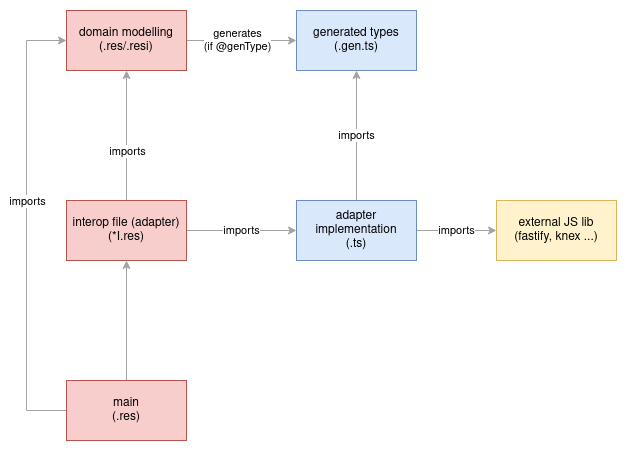
Above: _doc/compilation.png in err0r500/realworld-app-backend-rescript-ts (draw.io), before the change. Source tidied: cells renumbered, new cells last; positions are measured from the earlier drawing's top-left corner, leaving out a move shared by most shapes.
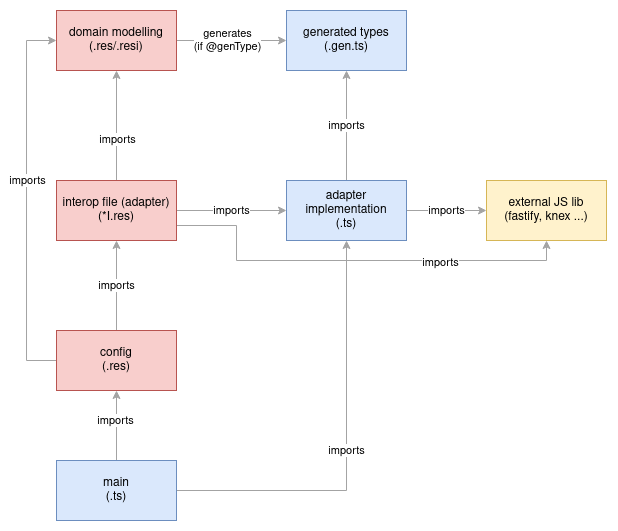
The same diagram one commit later.

Diff of the diagram source:
```diff
@@ -2,58 +2,82 @@
   <root>
     <mxCell id="0" />
     <mxCell id="1" parent="0" />
-    <mxCell id="2" value="imports" style="edgeStyle=orthogonalEdgeStyle;rounded=0;jettySize=auto;html=1;entryX=0.5;entryY=1;entryDx=0;entryDy=0;strokeColor=#A3A3A3;" parent="1" edge="1" source="4" target="8">
+    <mxCell id="2" value="imports" style="edgeStyle=orthogonalEdgeStyle;rounded=0;jettySize=auto;html=1;entryX=0.5;entryY=1;entryDx=0;entryDy=0;strokeColor=#A3A3A3;fillColor=#f5f5f5;" parent="1" edge="1" source="4" target="8">
       <mxGeometry relative="1" as="geometry" />
     </mxCell>
-    <mxCell id="3" value="imports" style="edgeStyle=orthogonalEdgeStyle;rounded=0;jettySize=auto;html=1;entryX=0;entryY=0.5;entryDx=0;entryDy=0;startArrow=none;startFill=0;strokeColor=#A3A3A3;" parent="1" edge="1" source="4" target="17">
+    <mxCell id="3" value="imports" style="edgeStyle=orthogonalEdgeStyle;rounded=0;jettySize=auto;html=1;entryX=0;entryY=0.5;entryDx=0;entryDy=0;startArrow=none;startFill=0;strokeColor=#A3A3A3;fillColor=#f5f5f5;" parent="1" edge="1" source="4" target="17">
       <mxGeometry relative="1" as="geometry" />
     </mxCell>
     <mxCell id="4" value="&lt;div&gt;adapter implementation&lt;/div&gt;&lt;div&gt;(.ts)&lt;br&gt;&lt;/div&gt;" style="rounded=0;whiteSpace=wrap;html=1;fillColor=#dae8fc;strokeColor=#6c8ebf;" parent="1" vertex="1">
       <mxGeometry x="270" y="190" width="120" height="60" as="geometry" />
     </mxCell>
-    <mxCell id="5" style="edgeStyle=orthogonalEdgeStyle;rounded=0;jettySize=auto;html=1;entryX=0;entryY=0.5;entryDx=0;entryDy=0;strokeColor=#A3A3A3;" parent="1" edge="1" source="7" target="8">
+    <mxCell id="5" style="edgeStyle=orthogonalEdgeStyle;rounded=0;jettySize=auto;html=1;entryX=0;entryY=0.5;entryDx=0;entryDy=0;strokeColor=#A3A3A3;fillColor=#f5f5f5;" parent="1" edge="1" source="7" target="8">
       <mxGeometry relative="1" as="geometry" />
     </mxCell>
     <mxCell id="6" value="&lt;div&gt;generates&lt;/div&gt;&lt;div&gt;(if @genType)&lt;br&gt;&lt;/div&gt;" style="edgeLabel;html=1;align=center;verticalAlign=middle;" parent="5" vertex="1">
       <mxGeometry x="-0.08" relative="1" as="geometry" />
     </mxCell>
     <mxCell id="7" value="&lt;div&gt;domain modelling&lt;/div&gt;&lt;div&gt;(.res/.resi)&lt;br&gt;&lt;/div&gt;" style="rounded=0;whiteSpace=wrap;html=1;fillColor=#f8cecc;strokeColor=#b85450;" parent="1" vertex="1">
-      <mxGeometry x="40" width="120" height="60" as="geometry" />
+      <mxGeometry x="40" y="20" width="120" height="60" as="geometry" />
     </mxCell>
     <mxCell id="8" value="&lt;div&gt;generated types&lt;/div&gt;&lt;div&gt;(.gen.ts)&lt;br&gt;&lt;/div&gt;" style="rounded=0;whiteSpace=wrap;html=1;fillColor=#dae8fc;strokeColor=#6c8ebf;" parent="1" vertex="1">
-      <mxGeometry x="270" width="120" height="60" as="geometry" />
+      <mxGeometry x="270" y="20" width="120" height="60" as="geometry" />
     </mxCell>
     <mxCell id="9" value="imports" style="edgeStyle=orthogonalEdgeStyle;rounded=0;jettySize=auto;html=1;entryX=0;entryY=0.5;entryDx=0;entryDy=0;strokeColor=#A3A3A3;" parent="1" edge="1" source="12" target="4">
       <mxGeometry relative="1" as="geometry" />
     </mxCell>
-    <mxCell id="10" style="edgeStyle=orthogonalEdgeStyle;rounded=0;jettySize=auto;html=1;entryX=0.5;entryY=1;entryDx=0;entryDy=0;startArrow=none;startFill=0;strokeColor=#A3A3A3;" parent="1" edge="1" source="12" target="7">
+    <mxCell id="10" style="edgeStyle=orthogonalEdgeStyle;rounded=0;jettySize=auto;html=1;entryX=0.5;entryY=1;entryDx=0;entryDy=0;startArrow=none;startFill=0;strokeColor=#A3A3A3;fillColor=#f5f5f5;" parent="1" edge="1" source="12" target="7">
       <mxGeometry relative="1" as="geometry" />
     </mxCell>
     <mxCell id="11" value="imports" style="edgeLabel;html=1;align=center;verticalAlign=middle;" parent="10" vertex="1">
       <mxGeometry x="-0.24" y="-1" relative="1" as="geometry" />
     </mxCell>
+    <mxCell id="18" style="edgeStyle=orthogonalEdgeStyle;rounded=0;jettySize=auto;html=1;exitX=1;exitY=0.75;exitDx=0;exitDy=0;entryX=0.5;entryY=1;entryDx=0;entryDy=0;fillColor=#f5f5f5;strokeColor=#A3A3A3;" parent="1" edge="1" source="12" target="17">
+      <mxGeometry relative="1" as="geometry">
+        <Array as="points">
+          <mxPoint x="220" y="235" />
+          <mxPoint x="220" y="270" />
+          <mxPoint x="530" y="270" />
+        </Array>
+      </mxGeometry>
+    </mxCell>
+    <mxCell id="19" value="imports" style="edgeLabel;html=1;align=center;verticalAlign=middle;" parent="18" vertex="1">
+      <mxGeometry x="0.4" y="-2" relative="1" as="geometry" />
+    </mxCell>
     <mxCell id="12" value="&lt;div&gt;interop file (adapter)&lt;/div&gt;&lt;div&gt;(*I.res)&lt;br&gt;&lt;/div&gt;" style="rounded=0;whiteSpace=wrap;html=1;fillColor=#f8cecc;strokeColor=#b85450;" parent="1" vertex="1">
       <mxGeometry x="40" y="190" width="120" height="60" as="geometry" />
     </mxCell>
-    <mxCell id="13" style="edgeStyle=orthogonalEdgeStyle;rounded=0;jettySize=auto;html=1;entryX=0.5;entryY=1;entryDx=0;entryDy=0;startArrow=none;startFill=0;strokeColor=#A3A3A3;" parent="1" edge="1" source="16" target="12">
+    <mxCell id="13" value="imports" style="edgeStyle=orthogonalEdgeStyle;rounded=0;jettySize=auto;html=1;entryX=0.5;entryY=1;entryDx=0;entryDy=0;startArrow=none;startFill=0;strokeColor=#A3A3A3;fillColor=#f5f5f5;" parent="1" edge="1" source="16" target="12">
       <mxGeometry relative="1" as="geometry" />
     </mxCell>
-    <mxCell id="14" style="edgeStyle=orthogonalEdgeStyle;rounded=0;jettySize=auto;html=1;entryX=0;entryY=0.5;entryDx=0;entryDy=0;startArrow=none;startFill=0;strokeColor=#A3A3A3;" parent="1" edge="1" source="16" target="7">
+    <mxCell id="14" style="edgeStyle=orthogonalEdgeStyle;rounded=0;jettySize=auto;html=1;entryX=0;entryY=0.5;entryDx=0;entryDy=0;startArrow=none;startFill=0;strokeColor=#A3A3A3;fillColor=#f5f5f5;" parent="1" edge="1" source="16" target="7">
       <mxGeometry relative="1" as="geometry">
         <Array as="points">
-          <mxPoint y="400" />
-          <mxPoint y="30" />
+          <mxPoint x="10" y="370" />
+          <mxPoint x="10" y="50" />
         </Array>
       </mxGeometry>
     </mxCell>
     <mxCell id="15" value="imports" style="edgeLabel;html=1;align=center;verticalAlign=middle;" parent="14" vertex="1">
       <mxGeometry x="0.11" y="-1" relative="1" as="geometry" />
     </mxCell>
-    <mxCell id="16" value="&lt;div&gt;main&lt;/div&gt;&lt;div&gt;(.res)&lt;br&gt;&lt;/div&gt;" style="rounded=0;whiteSpace=wrap;html=1;fillColor=#f8cecc;strokeColor=#b85450;" parent="1" vertex="1">
-      <mxGeometry x="40" y="370" width="120" height="60" as="geometry" />
+    <mxCell id="16" value="&lt;div&gt;config&lt;br&gt;&lt;/div&gt;&lt;div&gt;(.res)&lt;br&gt;&lt;/div&gt;" style="rounded=0;whiteSpace=wrap;html=1;fillColor=#f8cecc;strokeColor=#b85450;" parent="1" vertex="1">
+      <mxGeometry x="40" y="340" width="120" height="60" as="geometry" />
     </mxCell>
     <mxCell id="17" value="&lt;div&gt;external JS lib&lt;br&gt;&lt;/div&gt;&lt;div&gt;(fastify, knex ...)&lt;br&gt;&lt;/div&gt;" style="rounded=0;whiteSpace=wrap;html=1;fillColor=#fff2cc;strokeColor=#d6b656;" parent="1" vertex="1">
       <mxGeometry x="470" y="190" width="120" height="60" as="geometry" />
     </mxCell>
+    <mxCell id="20" style="edgeStyle=orthogonalEdgeStyle;rounded=0;jettySize=auto;html=1;entryX=0.5;entryY=1;entryDx=0;entryDy=0;fillColor=#f5f5f5;strokeColor=#A3A3A3;" parent="1" edge="1" source="23" target="16">
+      <mxGeometry relative="1" as="geometry" />
+    </mxCell>
+    <mxCell id="21" value="imports" style="edgeLabel;html=1;align=center;verticalAlign=middle;" parent="20" vertex="1">
+      <mxGeometry x="0.15" y="1" relative="1" as="geometry" />
+    </mxCell>
+    <mxCell id="22" value="imports" style="edgeStyle=orthogonalEdgeStyle;rounded=0;jettySize=auto;html=1;exitX=1;exitY=0.5;exitDx=0;exitDy=0;entryX=0.5;entryY=1;entryDx=0;entryDy=0;fillColor=#f5f5f5;strokeColor=#A3A3A3;" parent="1" edge="1" source="23" target="4">
+      <mxGeometry relative="1" as="geometry" />
+    </mxCell>
+    <mxCell id="23" value="&lt;div&gt;main&lt;/div&gt;&lt;div&gt;(.ts)&lt;br&gt;&lt;/div&gt;" style="rounded=0;whiteSpace=wrap;html=1;fillColor=#dae8fc;strokeColor=#6c8ebf;" parent="1" vertex="1">
+      <mxGeometry x="40" y="470" width="120" height="60" as="geometry" />
+    </mxCell>
   </root>
 </mxGraphModel>
```
